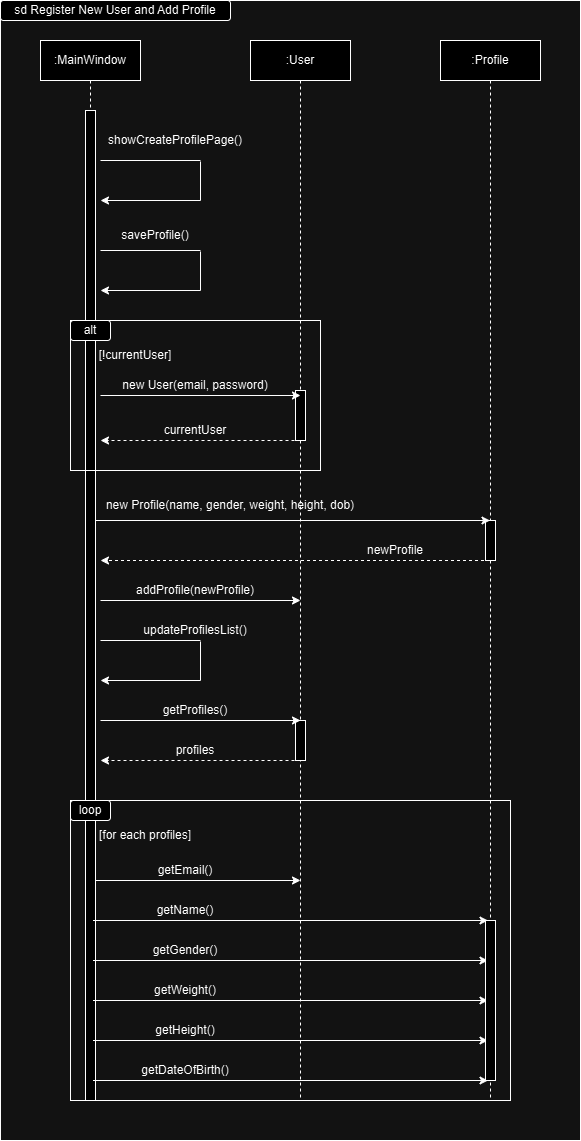
This is Sequence Diagrams/Register_and_NewProfile.png from abdelshafei/Team26RaDoTechSimulation, a draw.io export, as it was before one commit. Source tidied: cells renumbered, new cells last; positions are measured from the earlier drawing's top-left corner, leaving out a move shared by most shapes.
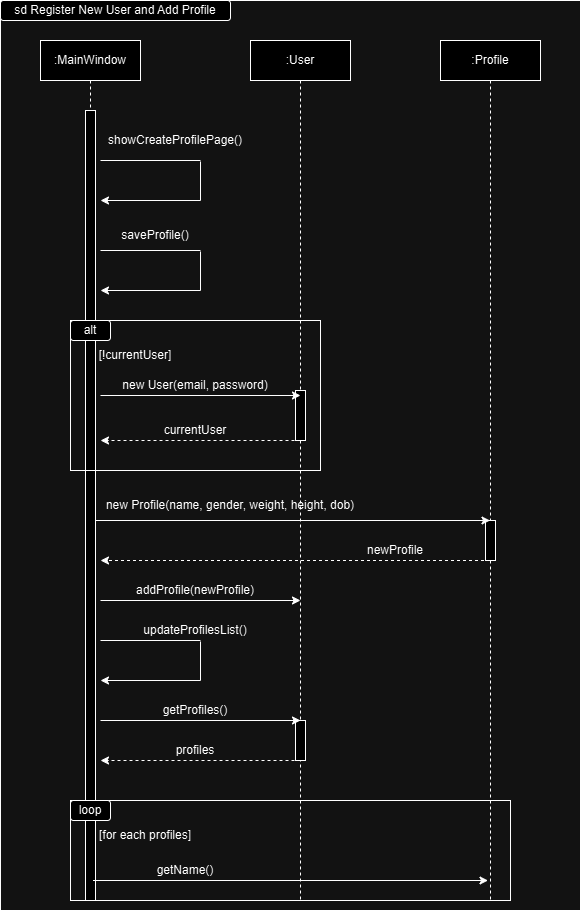
The same diagram one commit later.

What changed in the source:
```diff
@@ -3,13 +3,13 @@
     <mxCell id="0" />
     <mxCell id="1" parent="0" />
     <mxCell id="2" value=":MainWindow" style="shape=umlLifeline;perimeter=lifelinePerimeter;whiteSpace=wrap;html=1;newEdgeStyle={&quot;edgeStyle&quot;:&quot;elbowEdgeStyle&quot;,&quot;elbow&quot;:&quot;vertical&quot;,&quot;curved&quot;:0,&quot;rounded&quot;:0};" parent="1" vertex="1">
-      <mxGeometry x="40" y="40" width="100" height="1060" as="geometry" />
+      <mxGeometry x="40" y="40" width="100" height="860" as="geometry" />
     </mxCell>
     <mxCell id="3" style="html=1;perimeter=orthogonalPerimeter;targetShapes=umlLifeline;newEdgeStyle={&quot;edgeStyle&quot;:&quot;elbowEdgeStyle&quot;,&quot;elbow&quot;:&quot;vertical&quot;,&quot;curved&quot;:0,&quot;rounded&quot;:0};" parent="2" vertex="1">
-      <mxGeometry x="45" y="70" width="10" height="990" as="geometry" />
+      <mxGeometry x="45" y="70" width="10" height="790" as="geometry" />
     </mxCell>
     <mxCell id="4" value=":User" style="shape=umlLifeline;perimeter=lifelinePerimeter;whiteSpace=wrap;html=1;newEdgeStyle={&quot;edgeStyle&quot;:&quot;elbowEdgeStyle&quot;,&quot;elbow&quot;:&quot;vertical&quot;,&quot;curved&quot;:0,&quot;rounded&quot;:0};" parent="1" vertex="1">
-      <mxGeometry x="250" y="40" width="100" height="1060" as="geometry" />
+      <mxGeometry x="250" y="40" width="100" height="860" as="geometry" />
     </mxCell>
     <mxCell id="5" style="html=1;perimeter=orthogonalPerimeter;targetShapes=umlLifeline;newEdgeStyle={&quot;edgeStyle&quot;:&quot;elbowEdgeStyle&quot;,&quot;elbow&quot;:&quot;vertical&quot;,&quot;curved&quot;:0,&quot;rounded&quot;:0};" parent="4" vertex="1">
       <mxGeometry x="45" y="350" width="10" height="50" as="geometry" />
@@ -99,7 +99,7 @@
       <mxGeometry x="120" y="420" width="150" height="20" as="geometry" />
     </mxCell>
     <mxCell id="24" value=":Profile" style="shape=umlLifeline;perimeter=lifelinePerimeter;whiteSpace=wrap;html=1;outlineConnect=0;portConstraint=eastwest;newEdgeStyle={&quot;edgeStyle&quot;:&quot;elbowEdgeStyle&quot;,&quot;elbow&quot;:&quot;vertical&quot;,&quot;curved&quot;:0,&quot;rounded&quot;:0};" parent="1" vertex="1">
-      <mxGeometry x="440" y="40" width="100" height="1060" as="geometry" />
+      <mxGeometry x="440" y="40" width="100" height="860" as="geometry" />
     </mxCell>
     <mxCell id="25" value="&lt;span style=&quot;color: rgba(0, 0, 0, 0); font-family: monospace; font-size: 0px; text-align: start;&quot;&gt;%3CmxGraphModel%3E%3Croot%3E%3CmxCell%20id%3D%220%22%2F%3E%3CmxCell%20id%3D%221%22%20parent%3D%220%22%2F%3E%3CmxCell%20id%3D%222%22%20value%3D%22%22%20style%3D%22endArrow%3Dclassic%3Bhtml%3D1%3Brounded%3D0%3B%22%20edge%3D%221%22%20parent%3D%221%22%3E%3CmxGeometry%20width%3D%2250%22%20height%3D%2250%22%20relative%3D%221%22%20as%3D%22geometry%22%3E%3CmxPoint%20x%3D%22100%22%20y%3D%22600%22%20as%3D%22sourcePoint%22%2F%3E%3CmxPoint%20x%3D%22300%22%20y%3D%22600%22%20as%3D%22targetPoint%22%2F%3E%3C%2FmxGeometry%3E%3C%2FmxCell%3E%3CmxCell%20id%3D%223%22%20value%3D%22addProfile(newProfile)%22%20style%3D%22text%3Bhtml%3D1%3Balign%3Dcenter%3BverticalAlign%3Dmiddle%3BwhiteSpace%3Dwrap%3Brounded%3D0%3B%22%20vertex%3D%221%22%20parent%3D%221%22%3E%3CmxGeometry%20x%3D%22120%22%20y%3D%22580%22%20width%3D%22150%22%20height%3D%2220%22%20as%3D%22geometry%22%2F%3E%3C%2FmxCell%3E%3C%2Froot%3E%3C%2FmxGraphModel%3E&lt;/span&gt;" style="html=1;perimeter=orthogonalPerimeter;targetShapes=umlLifeline;newEdgeStyle={&quot;edgeStyle&quot;:&quot;elbowEdgeStyle&quot;,&quot;elbow&quot;:&quot;vertical&quot;,&quot;curved&quot;:0,&quot;rounded&quot;:0};" parent="24" vertex="1">
       <mxGeometry x="45" y="480" width="10" height="40" as="geometry" />
@@ -169,7 +169,7 @@
       <mxGeometry x="120" y="740" width="150" height="20" as="geometry" />
     </mxCell>
     <mxCell id="40" style="rounded=0;whiteSpace=wrap;html=1;fillColor=none;" parent="1" vertex="1">
-      <mxGeometry x="70" y="800" width="440" height="300" as="geometry" />
+      <mxGeometry x="70" y="800" width="440" height="100" as="geometry" />
     </mxCell>
     <mxCell id="41" value="loop" style="rounded=1;whiteSpace=wrap;html=1;" parent="1" vertex="1">
       <mxGeometry x="70" y="800" width="40" height="20" as="geometry" />
@@ -177,65 +177,17 @@
     <mxCell id="42" value="[for each profiles]" style="text;html=1;align=center;verticalAlign=middle;whiteSpace=wrap;rounded=0;" parent="1" vertex="1">
       <mxGeometry x="90" y="820" width="110" height="30" as="geometry" />
     </mxCell>
-    <mxCell id="43" style="endArrow=classic;html=1;rounded=0;" parent="1" edge="1">
-      <mxGeometry relative="1" as="geometry">
-        <mxPoint x="95" y="880" as="sourcePoint" />
-        <mxPoint x="300" y="880" as="targetPoint" />
-      </mxGeometry>
-    </mxCell>
-    <mxCell id="44" value="getEmail()" style="text;html=1;align=center;verticalAlign=middle;whiteSpace=wrap;rounded=0;" parent="1" vertex="1">
-      <mxGeometry x="110" y="860" width="150" height="20" as="geometry" />
-    </mxCell>
     <mxCell id="45" style="endArrow=classic;html=1;rounded=0;entryX=0.955;entryY=0.348;entryDx=0;entryDy=0;entryPerimeter=0;" parent="1" edge="1">
       <mxGeometry relative="1" as="geometry">
-        <mxPoint x="92.5" y="920" as="sourcePoint" />
-        <mxPoint x="487.5" y="920" as="targetPoint" />
+        <mxPoint x="92.5" y="880" as="sourcePoint" />
+        <mxPoint x="487.5" y="880" as="targetPoint" />
       </mxGeometry>
     </mxCell>
-    <mxCell id="46" style="endArrow=classic;html=1;rounded=0;entryX=0.955;entryY=0.348;entryDx=0;entryDy=0;entryPerimeter=0;" parent="1" edge="1">
-      <mxGeometry relative="1" as="geometry">
-        <mxPoint x="92.5" y="960" as="sourcePoint" />
-        <mxPoint x="487.5" y="960" as="targetPoint" />
-      </mxGeometry>
-    </mxCell>
-    <mxCell id="47" style="endArrow=classic;html=1;rounded=0;entryX=0.955;entryY=0.348;entryDx=0;entryDy=0;entryPerimeter=0;" parent="1" edge="1">
-      <mxGeometry relative="1" as="geometry">
-        <mxPoint x="92.5" y="1000" as="sourcePoint" />
-        <mxPoint x="487.5" y="1000" as="targetPoint" />
-      </mxGeometry>
-    </mxCell>
-    <mxCell id="48" style="endArrow=classic;html=1;rounded=0;entryX=0.955;entryY=0.348;entryDx=0;entryDy=0;entryPerimeter=0;" parent="1" edge="1">
-      <mxGeometry relative="1" as="geometry">
-        <mxPoint x="92.5" y="1040" as="sourcePoint" />
-        <mxPoint x="487.5" y="1040" as="targetPoint" />
-      </mxGeometry>
-    </mxCell>
-    <mxCell id="49" style="endArrow=classic;html=1;rounded=0;entryX=0.955;entryY=0.348;entryDx=0;entryDy=0;entryPerimeter=0;" parent="1" edge="1">
-      <mxGeometry relative="1" as="geometry">
-        <mxPoint x="92.5" y="1080" as="sourcePoint" />
-        <mxPoint x="487.5" y="1080" as="targetPoint" />
-      </mxGeometry>
-    </mxCell>
     <mxCell id="50" value="getName()" style="text;html=1;align=center;verticalAlign=middle;whiteSpace=wrap;rounded=0;" parent="1" vertex="1">
-      <mxGeometry x="110" y="900" width="150" height="20" as="geometry" />
+      <mxGeometry x="110" y="860" width="150" height="20" as="geometry" />
     </mxCell>
-    <mxCell id="51" value="getGender()" style="text;html=1;align=center;verticalAlign=middle;whiteSpace=wrap;rounded=0;" parent="1" vertex="1">
-      <mxGeometry x="110" y="940" width="150" height="20" as="geometry" />
-    </mxCell>
-    <mxCell id="52" value="getWeight()" style="text;html=1;align=center;verticalAlign=middle;whiteSpace=wrap;rounded=0;" parent="1" vertex="1">
-      <mxGeometry x="110" y="980" width="150" height="20" as="geometry" />
-    </mxCell>
-    <mxCell id="53" value="getHeight()" style="text;html=1;align=center;verticalAlign=middle;whiteSpace=wrap;rounded=0;" parent="1" vertex="1">
-      <mxGeometry x="110" y="1020" width="150" height="20" as="geometry" />
-    </mxCell>
-    <mxCell id="54" value="getDateOfBirth()" style="text;html=1;align=center;verticalAlign=middle;whiteSpace=wrap;rounded=0;" parent="1" vertex="1">
-      <mxGeometry x="110" y="1060" width="150" height="20" as="geometry" />
-    </mxCell>
-    <mxCell id="55" value="&lt;span style=&quot;color: rgba(0, 0, 0, 0); font-family: monospace; font-size: 0px; text-align: start;&quot;&gt;%3CmxGraphModel%3E%3Croot%3E%3CmxCell%20id%3D%220%22%2F%3E%3CmxCell%20id%3D%221%22%20parent%3D%220%22%2F%3E%3CmxCell%20id%3D%222%22%20value%3D%22%22%20style%3D%22endArrow%3Dclassic%3Bhtml%3D1%3Brounded%3D0%3B%22%20edge%3D%221%22%20parent%3D%221%22%3E%3CmxGeometry%20width%3D%2250%22%20height%3D%2250%22%20relative%3D%221%22%20as%3D%22geometry%22%3E%3CmxPoint%20x%3D%22100%22%20y%3D%22600%22%20as%3D%22sourcePoint%22%2F%3E%3CmxPoint%20x%3D%22300%22%20y%3D%22600%22%20as%3D%22targetPoint%22%2F%3E%3C%2FmxGeometry%3E%3C%2FmxCell%3E%3CmxCell%20id%3D%223%22%20value%3D%22addProfile(newProfile)%22%20style%3D%22text%3Bhtml%3D1%3Balign%3Dcenter%3BverticalAlign%3Dmiddle%3BwhiteSpace%3Dwrap%3Brounded%3D0%3B%22%20vertex%3D%221%22%20parent%3D%221%22%3E%3CmxGeometry%20x%3D%22120%22%20y%3D%22580%22%20width%3D%22150%22%20height%3D%2220%22%20as%3D%22geometry%22%2F%3E%3C%2FmxCell%3E%3C%2Froot%3E%3C%2FmxGraphModel%3E&lt;/span&gt;" style="html=1;perimeter=orthogonalPerimeter;targetShapes=umlLifeline;newEdgeStyle={&quot;edgeStyle&quot;:&quot;elbowEdgeStyle&quot;,&quot;elbow&quot;:&quot;vertical&quot;,&quot;curved&quot;:0,&quot;rounded&quot;:0};" parent="1" vertex="1">
-      <mxGeometry x="485" y="920" width="10" height="160" as="geometry" />
-    </mxCell>
     <mxCell id="56" style="rounded=0;whiteSpace=wrap;html=1;fillColor=none;" parent="1" vertex="1">
-      <mxGeometry width="580" height="1140" as="geometry" />
+      <mxGeometry width="580" height="910" as="geometry" />
     </mxCell>
     <mxCell id="57" value="sd Register New User and Add Profile" style="rounded=1;whiteSpace=wrap;html=1;" parent="1" vertex="1">
       <mxGeometry width="230" height="20" as="geometry" />
```
